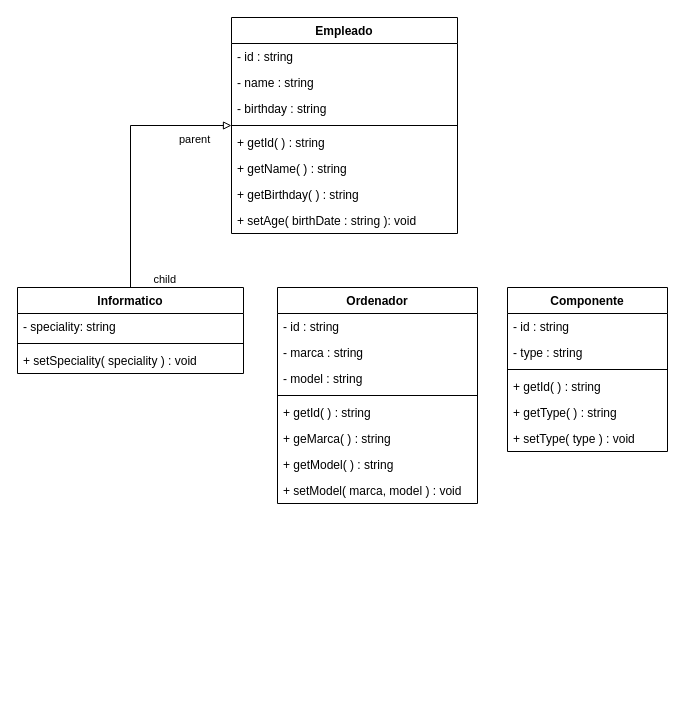
Before: PRO/03-Tarea/03-Tarea-02.drawio in soyHiwan/DAM-Cesur, a draw.io diagram. Source tidied: cells renumbered, new cells numbered last; positions are measured from the earlier drawing's top-left corner, leaving out a move shared by most shapes. Both pictures are drawn from the tidied source at 100%, with x=0, y=0 at pixel (17, 17).
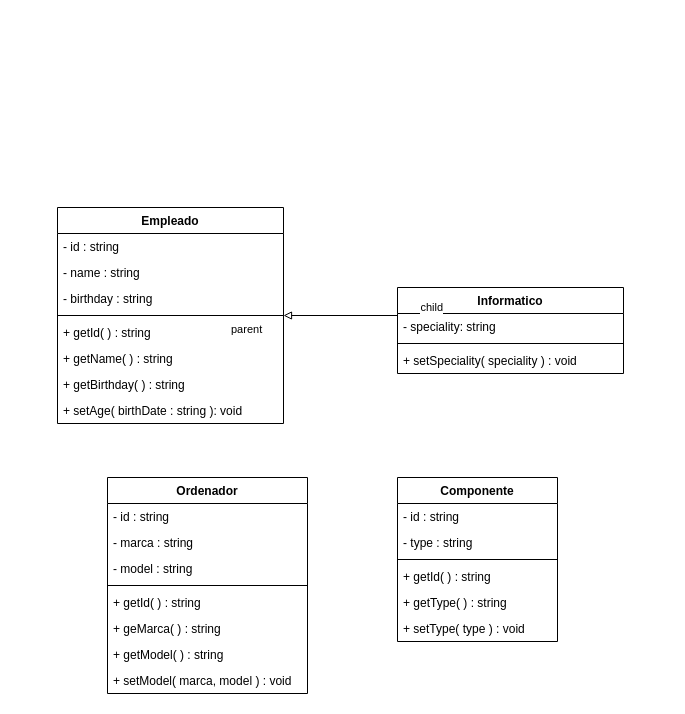
The same diagram, later.

The change refers to these unchanged cells:
```xml
<mxCell id="12" value="- speciality: string" style="text;strokeColor=none;fillColor=none;align=left;verticalAlign=top;spacingLeft=4;spacingRight=4;overflow=hidden;points=[[0,0.5],[1,0.5]];portConstraint=eastwest;whiteSpace=wrap;html=1;" parent="11" vertex="1">
  <mxGeometry y="26" width="226" height="26" as="geometry" />
</mxCell>
```

What changed in the source:
```diff
@@
     <mxCell id="2" value="Empleado" style="swimlane;fontStyle=1;align=center;verticalAlign=top;horizontal=1;startSize=26;whiteSpace=wrap;html=1;" parent="1" vertex="1">
-      <mxGeometry x="214" width="226" height="216" as="geometry" />
+      <mxGeometry x="40" y="190" width="226" height="216" as="geometry" />
     </mxCell>
@@
     <mxCell id="11" value="Informatico" style="swimlane;fontStyle=1;align=center;verticalAlign=top;horizontal=1;startSize=26;whiteSpace=wrap;html=1;" parent="1" vertex="1">
-      <mxGeometry y="270" width="226" height="86" as="geometry" />
+      <mxGeometry x="380" y="270" width="226" height="86" as="geometry" />
     </mxCell>
@@
-    <mxCell id="15" style="endArrow=none;html=1;edgeStyle=orthogonalEdgeStyle;rounded=0;defaultLabelBackgroundColor=page;labelPadding=0 4;exitX=0;exitY=0.5;exitDx=0;exitDy=0;entryX=0.5;entryY=0;entryDx=0;entryDy=0;endFill=0;startArrow=block;startFill=0;" parent="1" edge="1" source="2" target="11">
-      <mxGeometry x="-0.09" relative="1" as="geometry" />
+    <mxCell id="15" style="endArrow=none;html=1;edgeStyle=orthogonalEdgeStyle;rounded=0;defaultLabelBackgroundColor=page;labelPadding=0 4;exitX=1;exitY=0.5;exitDx=0;exitDy=0;entryX=0;entryY=0.077;entryDx=0;entryDy=0;endFill=0;startArrow=block;startFill=0;entryPerimeter=0;" parent="1" edge="1" source="2" target="12">
+      <mxGeometry x="-0.57" relative="1" as="geometry" />
     </mxCell>
@@
     <mxCell id="18" value="Ordenador" style="swimlane;fontStyle=1;align=center;verticalAlign=top;horizontal=1;startSize=26;whiteSpace=wrap;html=1;" parent="1" vertex="1">
-      <mxGeometry x="260" y="270" width="200" height="216" as="geometry" />
+      <mxGeometry x="90" y="460" width="200" height="216" as="geometry" />
     </mxCell>
@@
     <mxCell id="27" value="Componente" style="swimlane;fontStyle=1;align=center;verticalAlign=top;horizontal=1;startSize=26;whiteSpace=wrap;html=1;" parent="1" vertex="1">
-      <mxGeometry x="490" y="270" width="160" height="164" as="geometry" />
+      <mxGeometry x="380" y="460" width="160" height="164" as="geometry" />
     </mxCell>
```
